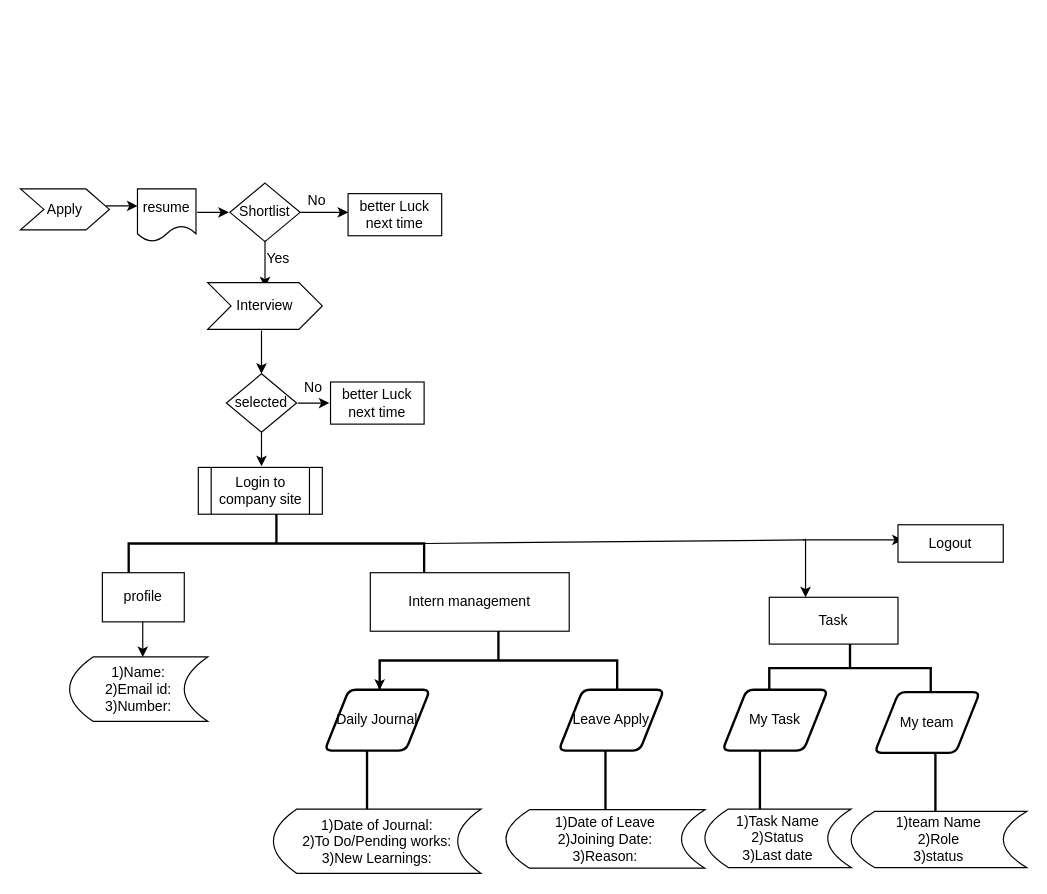
This is Untitled Diagram.drawio from Gowtham-77/task, a draw.io file, before an edit. Source tidied: cells renumbered, new cells numbered last; positions are measured from the earlier drawing's top-left corner, leaving out a move shared by most shapes. Both pictures are drawn from the tidied source at 117%, with x=0, y=0 at pixel (20, 183).
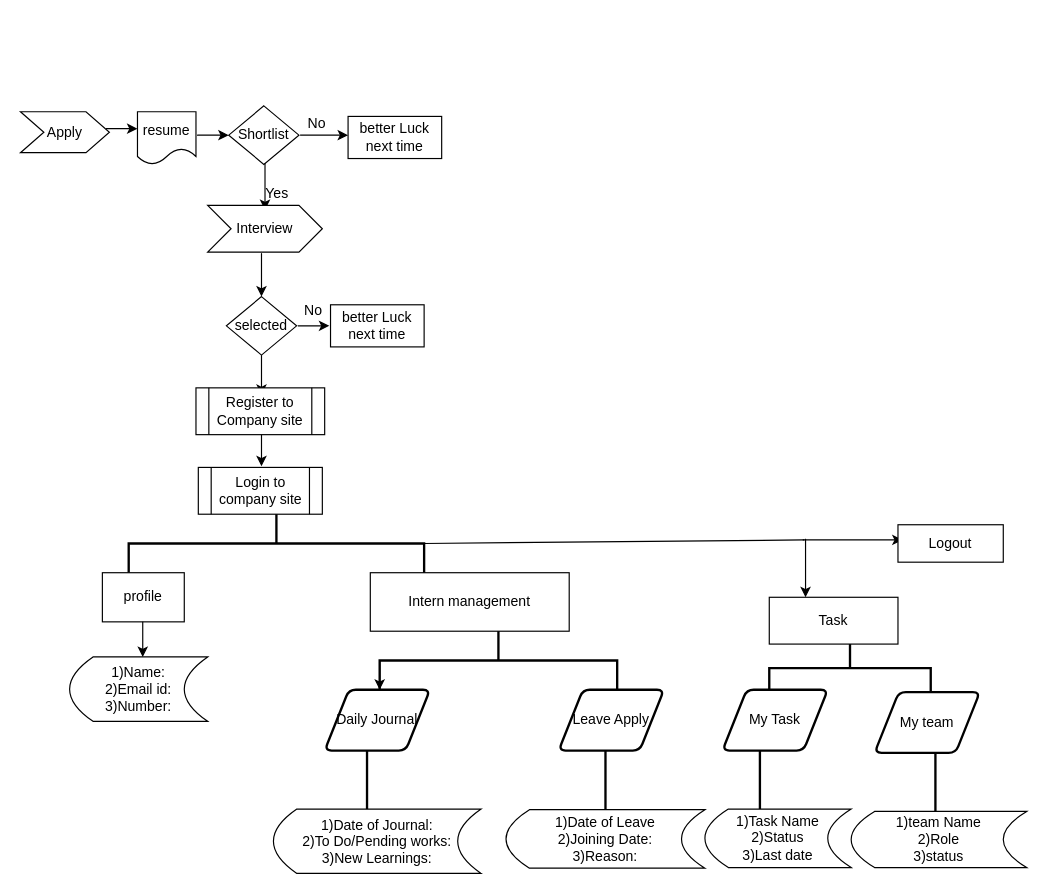
The same diagram, later.

Change to the diagram source:
```diff
@@
     <mxCell id="2" style="endArrow=classic;html=1;" parent="1" edge="1">
       <mxGeometry relative="1" as="geometry">
-        <mxPoint x="80" y="19.5" as="sourcePoint" />
-        <mxPoint x="100" y="19.5" as="targetPoint" />
+        <mxPoint x="80" y="-46.5" as="sourcePoint" />
+        <mxPoint x="100" y="-46.5" as="targetPoint" />
         <Array as="points">
-          <mxPoint x="70" y="19.5" />
+          <mxPoint x="70" y="-46.5" />
         </Array>
       </mxGeometry>
     </mxCell>
     <mxCell id="3" value="&lt;br&gt;&lt;br&gt;&lt;br&gt;&lt;br&gt;&lt;br&gt;&lt;br&gt;resume&lt;br&gt;&lt;br&gt;&lt;br&gt;&lt;br&gt;&lt;br&gt;&lt;br&gt;&lt;br&gt;" style="shape=document;whiteSpace=wrap;html=1;boundedLbl=1;" parent="1" vertex="1">
-      <mxGeometry x="100" y="5" width="50" height="45" as="geometry" />
+      <mxGeometry x="100" y="-61" width="50" height="45" as="geometry" />
     </mxCell>
     <mxCell id="4" style="endArrow=classic;html=1;" parent="1" edge="1">
       <mxGeometry relative="1" as="geometry">
-        <mxPoint x="158" y="25" as="sourcePoint" />
-        <mxPoint x="178" y="25" as="targetPoint" />
+        <mxPoint x="158" y="-41" as="sourcePoint" />
+        <mxPoint x="178" y="-41" as="targetPoint" />
         <Array as="points">
-          <mxPoint x="148" y="25" />
+          <mxPoint x="148" y="-41" />
         </Array>
       </mxGeometry>
     </mxCell>
     <mxCell id="5" value="Shortlist" style="rhombus;whiteSpace=wrap;html=1;" parent="1" vertex="1">
-      <mxGeometry x="179" width="60" height="50" as="geometry" />
+      <mxGeometry x="178" y="-66" width="60" height="50" as="geometry" />
     </mxCell>
-    <mxCell id="6" style="endArrow=classic;html=1;exitX=1;exitY=0.5;exitDx=0;exitDy=0;" parent="1" edge="1" source="5">
+    <mxCell id="6" style="endArrow=classic;html=1;exitX=1;exitY=0.5;exitDx=0;exitDy=0;" parent="1" edge="1">
       <mxGeometry relative="1" as="geometry">
-        <mxPoint x="280" y="25" as="targetPoint" />
+        <mxPoint x="239" y="-41" as="sourcePoint" />
+        <mxPoint x="280" y="-41" as="targetPoint" />
       </mxGeometry>
     </mxCell>
     <mxCell id="7" style="endArrow=classic;html=1;exitX=1;exitY=0.5;exitDx=0;exitDy=0;" parent="1" edge="1">
       <mxGeometry relative="1" as="geometry">
-        <mxPoint x="209" y="49" as="sourcePoint" />
-        <mxPoint x="209" y="89" as="targetPoint" />
+        <mxPoint x="209" y="-17" as="sourcePoint" />
+        <mxPoint x="209" y="23" as="targetPoint" />
       </mxGeometry>
     </mxCell>
     <mxCell id="8" style="endArrow=classic;html=1;" parent="1" edge="1">
       <mxGeometry relative="1" as="geometry">
-        <mxPoint x="206" y="133" as="sourcePoint" />
-        <mxPoint x="206" y="163" as="targetPoint" />
+        <mxPoint x="206" y="67" as="sourcePoint" />
+        <mxPoint x="206" y="97" as="targetPoint" />
         <Array as="points">
-          <mxPoint x="206" y="123" />
-          <mxPoint x="206" y="153" />
+          <mxPoint x="206" y="57" />
+          <mxPoint x="206" y="87" />
         </Array>
       </mxGeometry>
     </mxCell>
     <mxCell id="9" value="selected" style="rhombus;whiteSpace=wrap;html=1;" parent="1" vertex="1">
-      <mxGeometry x="176" y="163" width="60" height="50" as="geometry" />
+      <mxGeometry x="176" y="97" width="60" height="50" as="geometry" />
     </mxCell>
     <mxCell id="10" value="better Luck next time" style="rounded=0;whiteSpace=wrap;html=1;" parent="1" vertex="1">
-      <mxGeometry x="280" y="9" width="80" height="36" as="geometry" />
+      <mxGeometry x="280" y="-57" width="80" height="36" as="geometry" />
     </mxCell>
     <mxCell id="11" value="No" style="text;html=1;align=center;verticalAlign=middle;strokeColor=none;" parent="1" vertex="1">
-      <mxGeometry x="238" y="5" width="30" height="20" as="geometry" />
+      <mxGeometry x="238" y="-61" width="30" height="20" as="geometry" />
     </mxCell>
     <mxCell id="12" value="Yes" style="text;html=1;align=center;verticalAlign=middle;strokeColor=none;" parent="1" vertex="1">
-      <mxGeometry x="205" y="55" width="30" height="20" as="geometry" />
+      <mxGeometry x="203.8" y="-1" width="30" height="20" as="geometry" />
     </mxCell>
     <mxCell id="13" style="endArrow=classic;html=1;" parent="1" edge="1">
       <mxGeometry relative="1" as="geometry">
-        <mxPoint x="244" y="188" as="sourcePoint" />
-        <mxPoint x="264" y="188" as="targetPoint" />
+        <mxPoint x="244" y="122" as="sourcePoint" />
+        <mxPoint x="264" y="122" as="targetPoint" />
         <Array as="points">
-          <mxPoint x="234" y="188" />
+          <mxPoint x="234" y="122" />
         </Array>
       </mxGeometry>
     </mxCell>
     <mxCell id="14" value="No" style="text;html=1;align=center;verticalAlign=middle;strokeColor=none;" parent="1" vertex="1">
-      <mxGeometry x="235" y="165" width="30" height="20" as="geometry" />
+      <mxGeometry x="235" y="99" width="30" height="20" as="geometry" />
     </mxCell>
     <mxCell id="15" value="better Luck next time" style="rounded=0;whiteSpace=wrap;html=1;" parent="1" vertex="1">
-      <mxGeometry x="265" y="170" width="80" height="36" as="geometry" />
+      <mxGeometry x="265" y="104" width="80" height="36" as="geometry" />
     </mxCell>
@@
     <mxCell id="17" value="Apply" style="shape=step;perimeter=stepPerimeter;whiteSpace=wrap;html=1;fixedSize=1;" parent="1" vertex="1">
-      <mxGeometry y="5" width="76" height="35" as="geometry" />
+      <mxGeometry y="-61" width="76" height="35" as="geometry" />
     </mxCell>
     <mxCell id="18" value="Interview" style="shape=step;perimeter=stepPerimeter;whiteSpace=wrap;html=1;fixedSize=1;" parent="1" vertex="1">
-      <mxGeometry x="160" y="85" width="98" height="40" as="geometry" />
+      <mxGeometry x="160" y="19" width="98" height="40" as="geometry" />
     </mxCell>
@@
+    <mxCell id="46" style="endArrow=classic;html=1;exitX=0.5;exitY=1;exitDx=0;exitDy=0;" parent="1" edge="1" source="9">
+      <mxGeometry relative="1" as="geometry">
+        <mxPoint x="206" y="181" as="targetPoint" />
+      </mxGeometry>
+    </mxCell>
+    <mxCell id="47" value="Register to Company site" style="shape=process;whiteSpace=wrap;html=1;backgroundOutline=1;" parent="1" vertex="1">
+      <mxGeometry x="150" y="175" width="110" height="40" as="geometry" />
+    </mxCell>
```
